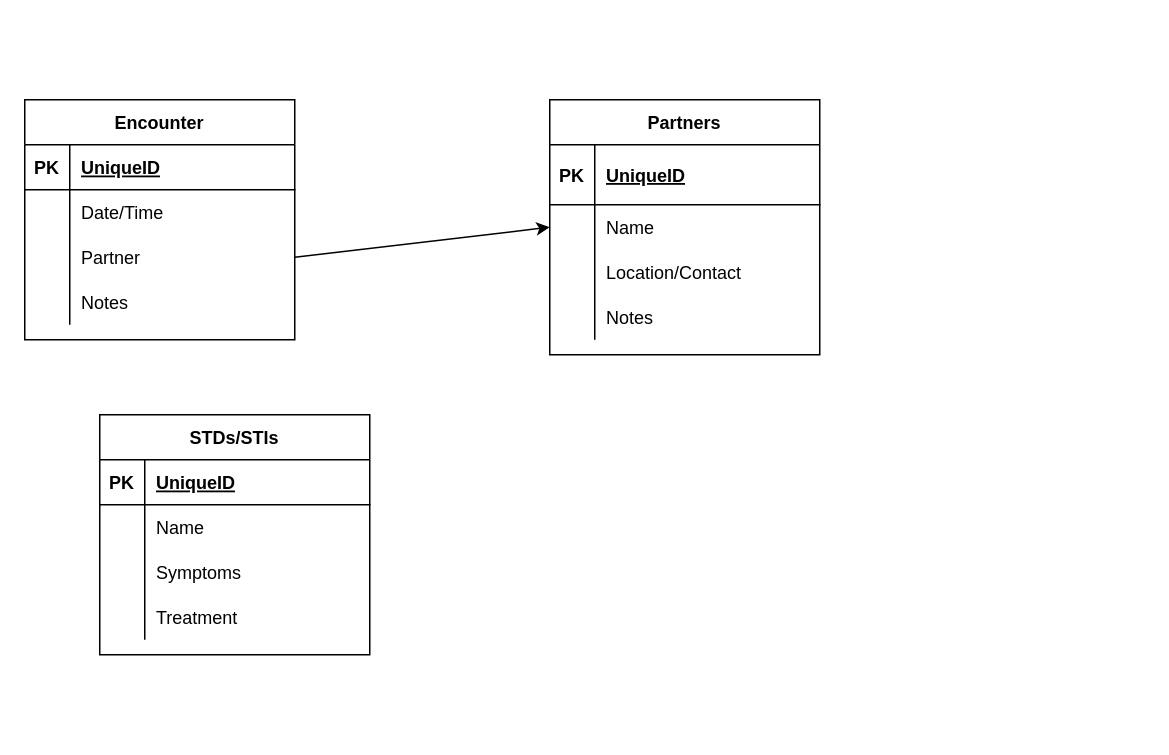
This is .drawio from joshdewhurst/Project_2, a draw.io file, before an edit. Source tidied: cells renumbered, new cells numbered last; positions are measured from the earlier drawing's top-left corner, leaving out a move shared by most shapes. Both pictures are drawn from the tidied source at 150%, with x=0, y=0 at pixel (24, 99).
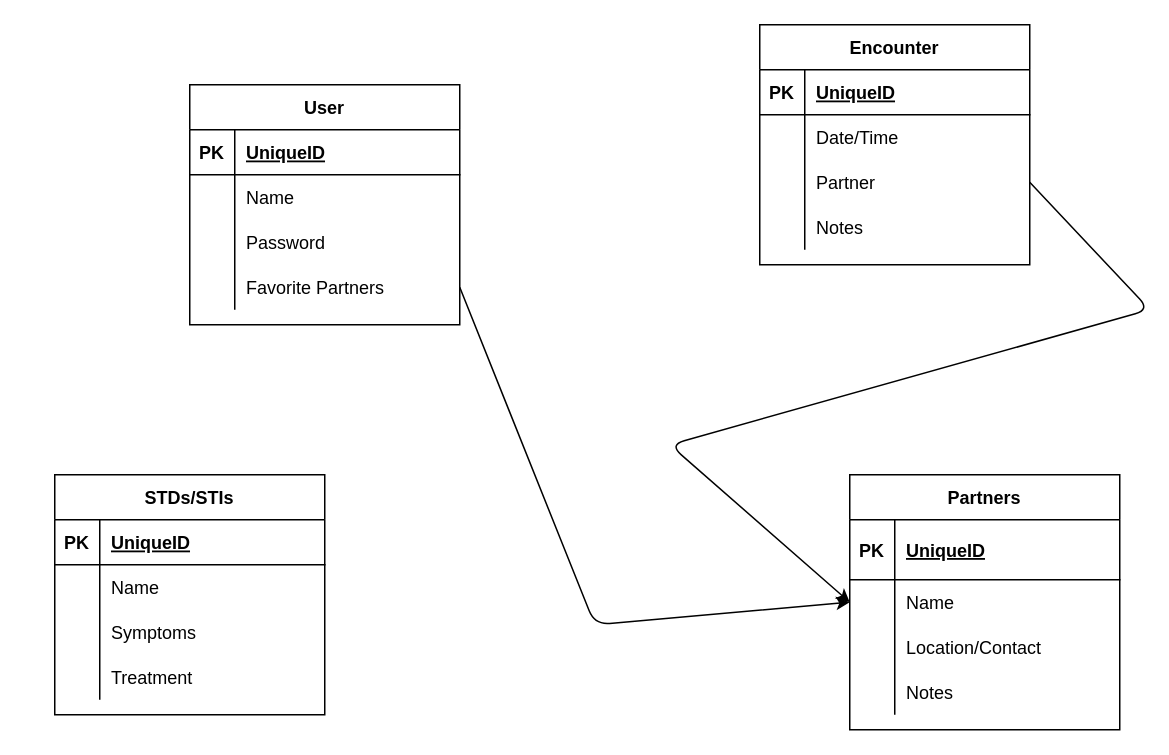
The same diagram, later.

Unchanged cells that the change refers to:
```xml
<mxCell id="9" style="shape=partialRectangle;fillColor=none;top=0;left=0;bottom=0;right=0;points=[[0,0.5],[1,0.5]];portConstraint=eastwest;" parent="2" vertex="1">
  <mxGeometry y="90" width="180" height="30" as="geometry" />
</mxCell>
<mxCell id="19" style="shape=partialRectangle;fillColor=none;top=0;left=0;bottom=0;right=0;points=[[0,0.5],[1,0.5]];portConstraint=eastwest;" parent="15" vertex="1">
  <mxGeometry y="70" width="180" height="30" as="geometry" />
</mxCell>
```

What changed in the source:
```diff
@@
     <mxCell id="2" value="Encounter" style="shape=table;startSize=30;childLayout=tableLayout;rowLines=0;fontStyle=1;align=center;" parent="1" vertex="1">
-      <mxGeometry width="180" height="160" as="geometry" />
+      <mxGeometry x="490" y="-50" width="180" height="160" as="geometry" />
     </mxCell>
@@
     <mxCell id="15" value="Partners" style="shape=table;startSize=30;childLayout=tableLayout;rowLines=0;fontStyle=1;align=center;" parent="1" vertex="1">
-      <mxGeometry x="350" width="180" height="170" as="geometry" />
+      <mxGeometry x="550" y="250" width="180" height="170" as="geometry" />
     </mxCell>
@@
     <mxCell id="28" value="STDs/STIs" style="shape=table;startSize=30;childLayout=tableLayout;rowLines=0;fontStyle=1;align=center;" parent="1" vertex="1">
-      <mxGeometry x="50" y="210" width="180" height="160" as="geometry" />
+      <mxGeometry x="20" y="250" width="180" height="160" as="geometry" />
     </mxCell>
@@
     <mxCell id="41" style="edgeStyle=none;html=1;exitX=1;exitY=0.5;exitDx=0;exitDy=0;entryX=0;entryY=0.5;entryDx=0;entryDy=0;" parent="1" edge="1" source="9" target="19">
-      <mxGeometry relative="1" as="geometry" />
+      <mxGeometry relative="1" as="geometry">
+        <Array as="points">
+          <mxPoint x="750" y="140" />
+          <mxPoint x="430" y="230" />
+        </Array>
+      </mxGeometry>
     </mxCell>
+    <mxCell id="42" value="User" style="shape=table;startSize=30;childLayout=tableLayout;rowLines=0;fontStyle=1;align=center;" parent="1" vertex="1">
+      <mxGeometry x="110" y="-10" width="180" height="160" as="geometry" />
+    </mxCell>
+    <mxCell id="43" style="shape=partialRectangle;fillColor=none;top=0;left=0;bottom=1;right=0;" parent="42" vertex="1">
+      <mxGeometry y="30" width="180" height="30" as="geometry" />
+    </mxCell>
+    <mxCell id="44" value="PK" style="shape=partialRectangle;fillColor=none;top=0;left=0;bottom=0;right=0;fontStyle=1;overflow=hidden;" parent="43" vertex="1">
+      <mxGeometry width="30" height="30" as="geometry" />
+    </mxCell>
+    <mxCell id="45" value="UniqueID" style="shape=partialRectangle;fillColor=none;top=0;left=0;bottom=0;right=0;align=left;spacingLeft=6;fontStyle=5;overflow=hidden;" parent="43" vertex="1">
+      <mxGeometry x="30" width="150" height="30" as="geometry" />
+    </mxCell>
+    <mxCell id="46" style="shape=partialRectangle;fillColor=none;top=0;left=0;bottom=0;right=0;" parent="42" vertex="1">
+      <mxGeometry y="60" width="180" height="30" as="geometry" />
+    </mxCell>
+    <mxCell id="47" style="shape=partialRectangle;fillColor=none;top=0;left=0;bottom=0;right=0;overflow=hidden;" parent="46" vertex="1">
+      <mxGeometry width="30" height="30" as="geometry" />
+    </mxCell>
+    <mxCell id="48" value="Name" style="shape=partialRectangle;fillColor=none;top=0;left=0;bottom=0;right=0;align=left;spacingLeft=6;overflow=hidden;" parent="46" vertex="1">
+      <mxGeometry x="30" width="150" height="30" as="geometry" />
+    </mxCell>
+    <mxCell id="49" style="shape=partialRectangle;fillColor=none;top=0;left=0;bottom=0;right=0;" parent="42" vertex="1">
+      <mxGeometry y="90" width="180" height="30" as="geometry" />
+    </mxCell>
+    <mxCell id="50" style="shape=partialRectangle;fillColor=none;top=0;left=0;bottom=0;right=0;overflow=hidden;" parent="49" vertex="1">
+      <mxGeometry width="30" height="30" as="geometry" />
+    </mxCell>
+    <mxCell id="51" value="Password" style="shape=partialRectangle;fillColor=none;top=0;left=0;bottom=0;right=0;align=left;spacingLeft=6;overflow=hidden;" parent="49" vertex="1">
+      <mxGeometry x="30" width="150" height="30" as="geometry" />
+    </mxCell>
+    <mxCell id="52" style="shape=partialRectangle;fillColor=none;top=0;left=0;bottom=0;right=0;points=[[0,0.5],[1,0.5]];portConstraint=eastwest;" parent="42" vertex="1">
+      <mxGeometry y="120" width="180" height="30" as="geometry" />
+    </mxCell>
+    <mxCell id="53" style="shape=partialRectangle;fillColor=none;top=0;left=0;bottom=0;right=0;overflow=hidden;" parent="52" vertex="1">
+      <mxGeometry width="30" height="30" as="geometry" />
+    </mxCell>
+    <mxCell id="54" value="Favorite Partners" style="shape=partialRectangle;fillColor=none;top=0;left=0;bottom=0;right=0;align=left;spacingLeft=6;overflow=hidden;" parent="52" vertex="1">
+      <mxGeometry x="30" width="150" height="30" as="geometry" />
+    </mxCell>
+    <mxCell id="55" style="edgeStyle=none;html=1;exitX=1;exitY=0.5;exitDx=0;exitDy=0;entryX=0;entryY=0.5;entryDx=0;entryDy=0;" parent="1" edge="1" source="52" target="19">
+      <mxGeometry relative="1" as="geometry">
+        <Array as="points">
+          <mxPoint x="380" y="350" />
+        </Array>
+      </mxGeometry>
+    </mxCell>
```
